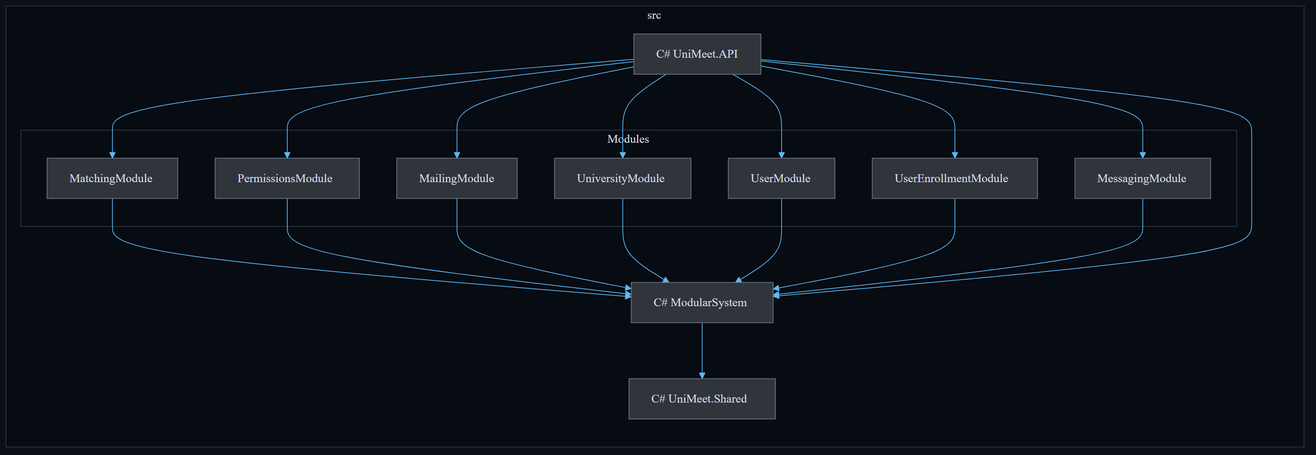
Earlier version of the Mermaid export imgs/module-dependencies.png (KimPiks/UniMeet-backend). Its source is kept beside it as imgs/module-dependencies.mmd. Source of this version:
```mermaid
%%{init: {"theme": "base", "themeVariables": {"background": "#0b1018", "primaryColor": "#30343b", "primaryBorderColor": "#707782", "primaryTextColor": "#d7dee8", "lineColor": "#5bb8f6", "secondaryColor": "#111827", "tertiaryColor": "#151c27", "fontFamily": "Segoe UI, Arial, sans-serif"}}}%%
flowchart TB
    subgraph SRC["src"]
        direction TB

        Shared["C# UniMeet.Shared"]
        ModularSystem["C# ModularSystem"]

        subgraph Modules["Modules"]
            direction LR
            MatchingModule["MatchingModule"]
            PermissionsModule["PermissionsModule"]
            MailingModule["MailingModule"]
            UniversityModule["UniversityModule"]
            UserModule["UserModule"]
            UserEnrollmentModule["UserEnrollmentModule"]
            MessagingModule["MessagingModule"]
        end

        API["C# UniMeet.API"]
    end

    ModularSystem --> Shared

    MatchingModule --> ModularSystem
    PermissionsModule --> ModularSystem
    MailingModule --> ModularSystem
    UniversityModule --> ModularSystem
    UserModule --> ModularSystem
    UserEnrollmentModule --> ModularSystem
    MessagingModule --> ModularSystem

    API --> ModularSystem
    API --> MatchingModule
    API --> PermissionsModule
    API --> MailingModule
    API --> UniversityModule
    API --> UserModule
    API --> UserEnrollmentModule
    API --> MessagingModule

    classDef project fill:#30343b,stroke:#707782,color:#d7dee8,stroke-width:1px;
    classDef boundary fill:#070b12,stroke:#303844,color:#d7dee8,stroke-width:1px;
    class API,Shared,ModularSystem,MatchingModule,PermissionsModule,MailingModule,UniversityModule,UserModule,UserEnrollmentModule,MessagingModule project;
    class SRC,Modules boundary;
```
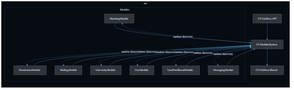
The same diagram one commit later.

What changed in the source:
```diff
@@ -31,13 +31,14 @@
     MessagingModule --> ModularSystem
 
     API --> ModularSystem
-    API --> MatchingModule
-    API --> PermissionsModule
-    API --> MailingModule
-    API --> UniversityModule
-    API --> UserModule
-    API --> UserEnrollmentModule
-    API --> MessagingModule
+
+    ModularSystem -. runtime discovery .-> MatchingModule
+    ModularSystem -. runtime discovery .-> PermissionsModule
+    ModularSystem -. runtime discovery .-> MailingModule
+    ModularSystem -. runtime discovery .-> UniversityModule
+    ModularSystem -. runtime discovery .-> UserModule
+    ModularSystem -. runtime discovery .-> UserEnrollmentModule
+    ModularSystem -. runtime discovery .-> MessagingModule
 
     classDef project fill:#30343b,stroke:#707782,color:#d7dee8,stroke-width:1px;
     classDef boundary fill:#070b12,stroke:#303844,color:#d7dee8,stroke-width:1px;
```
